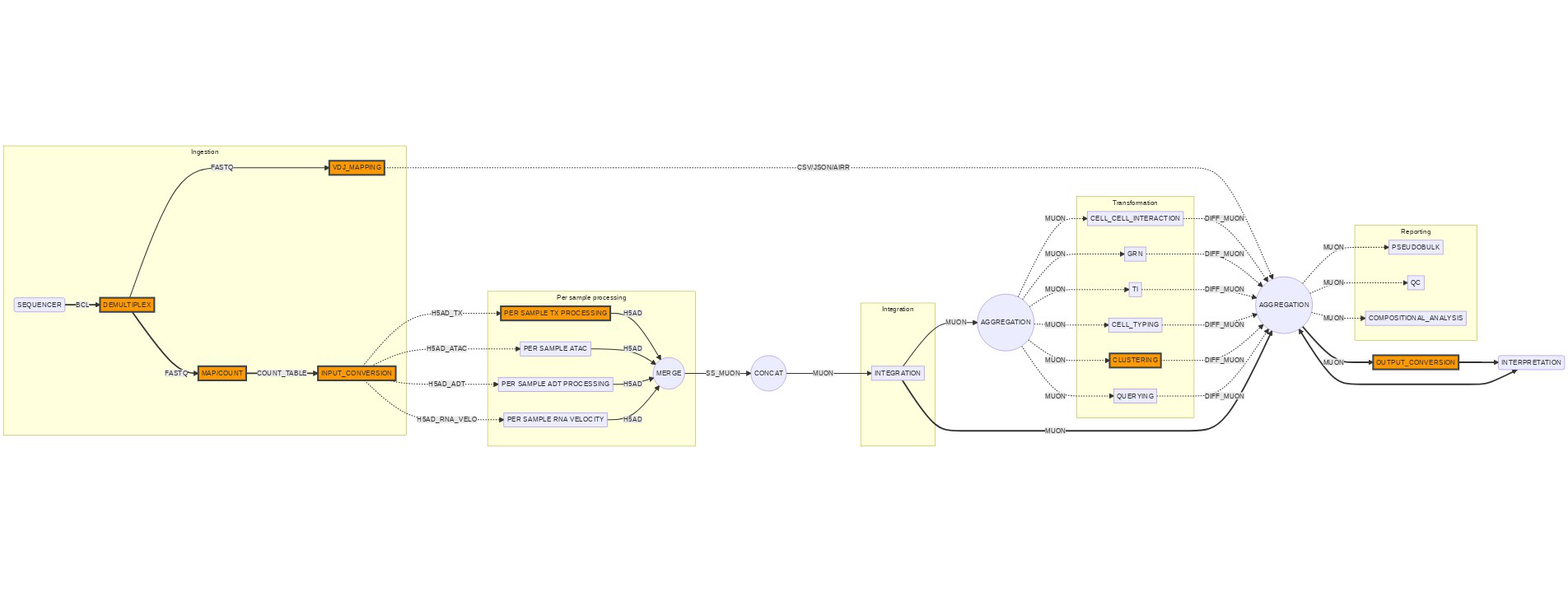
This is docs/figures/pipelines-target-p3.png from openpipelines-bio/openpipeline, a Mermaid export, as it was before one commit. Its source is kept beside it as docs/mermaid/pipelines-target-p3.mermaid.
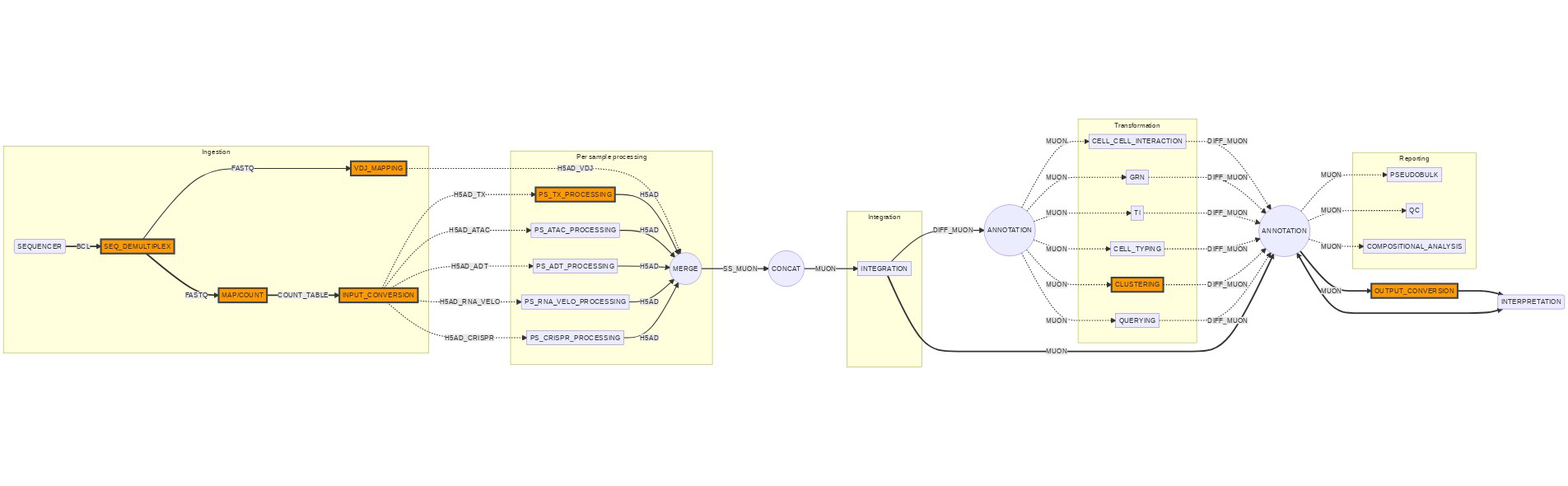
Later version of the same file.

Diff of the diagram source:
```diff
@@ -1,18 +1,19 @@
 flowchart LR
     SEQUENCER(SEQUENCER)
-    DEMULTIPLEX[DEMULTIPLEX]
+    SEQ_DEMULTIPLEX[SEQ_DEMULTIPLEX]
     COUNT[MAP/COUNT]
     H5AD_CONVERSION[INPUT_CONVERSION]
-    PERSAMPLE_TX[PER SAMPLE TX PROCESSING]
-    PERSAMPLE_ADT[PER SAMPLE ADT PROCESSING]
-    PERSAMPLE_RNA_VELO[PER SAMPLE RNA VELOCITY]
-    PERSAMPLE_ATAC[PER SAMPLE ATAC]
+    PERSAMPLE_TX[PS_TX_PROCESSING]
+    PERSAMPLE_ADT[PS_ADT_PROCESSING]
+    PERSAMPLE_RNA_VELO[PS_RNA_VELO_PROCESSING]
+    PERSAMPLE_ATAC[PS_ATAC_PROCESSING]
+    PERSAMPLE_CRISPR[PS_CRISPR_PROCESSING]
     MERGE((MERGE))
     CONCAT((CONCAT))
     INTEGRATION[INTEGRATION]
     INTERPRETATION(INTERPRETATION)
-    AGGREGATION((AGGREGATION))
-    ANNOTATION((AGGREGATION))
+    AGGREGATION((ANNOTATION))
+    ANNOTATION((ANNOTATION))
     CONVERSION[OUTPUT_CONVERSION]
     VDJ_MAPPING
     QUERYING
@@ -21,7 +22,7 @@
     classDef implemented fill:#f90,stroke:#444,stroke-width:4px;
 
     class VDJ_MAPPING implemented
-    class DEMULTIPLEX implemented
+    class SEQ_DEMULTIPLEX implemented
     class COUNT implemented
     class H5AD_CONVERSION implemented
     class PERSAMPLE_TX implemented
@@ -30,29 +31,28 @@
     class CLUSTERING implemented
     class CONVERSION implemented
 
-
     subgraph Ingestion
-    SEQUENCER ==> |BCL| DEMULTIPLEX ==> |FASTQ| COUNT ==> |COUNT_TABLE| H5AD_CONVERSION
-    DEMULTIPLEX --> |FASTQ| VDJ_MAPPING
+    SEQUENCER ==> |BCL| SEQ_DEMULTIPLEX ==> |FASTQ| COUNT ==> |COUNT_TABLE| H5AD_CONVERSION
+    SEQ_DEMULTIPLEX --> |FASTQ| VDJ_MAPPING
     end
 
-    VDJ_MAPPING -.-> |CSV/JSON/AIRR| ANNOTATION
-
+    VDJ_MAPPING -.-> |H5AD_VDJ| MERGE
 
     H5AD_CONVERSION -.-> |H5AD_ATAC| PERSAMPLE_ATAC
     H5AD_CONVERSION -.-> |H5AD_TX| PERSAMPLE_TX
     H5AD_CONVERSION -.-> |H5AD_ADT| PERSAMPLE_ADT
-
     H5AD_CONVERSION -.-> |H5AD_RNA_VELO| PERSAMPLE_RNA_VELO
+    H5AD_CONVERSION -.-> |H5AD_CRISPR| PERSAMPLE_CRISPR
 
     subgraph Per sample processing
     PERSAMPLE_TX --> |H5AD| MERGE
     PERSAMPLE_ATAC --> |H5AD| MERGE
     PERSAMPLE_ADT --> |H5AD| MERGE
     PERSAMPLE_RNA_VELO  --> |H5AD| MERGE
+    PERSAMPLE_CRISPR  --> |H5AD| MERGE
     end
 
-    MERGE -->|SS_MUON| CONCAT -->|MUON| INTEGRATION --> |MUON| AGGREGATION
+    MERGE -->|SS_MUON| CONCAT -->|MUON| INTEGRATION --> |DIFF_MUON| AGGREGATION
 
     subgraph Integration
     INTEGRATION
@@ -73,8 +73,6 @@
         CLUSTERING
         QUERYING
     end
-
-
 
     CELL_CELL_INTERACTION -.-> |DIFF_MUON| ANNOTATION
     GRN -.-> |DIFF_MUON| ANNOTATION
```
